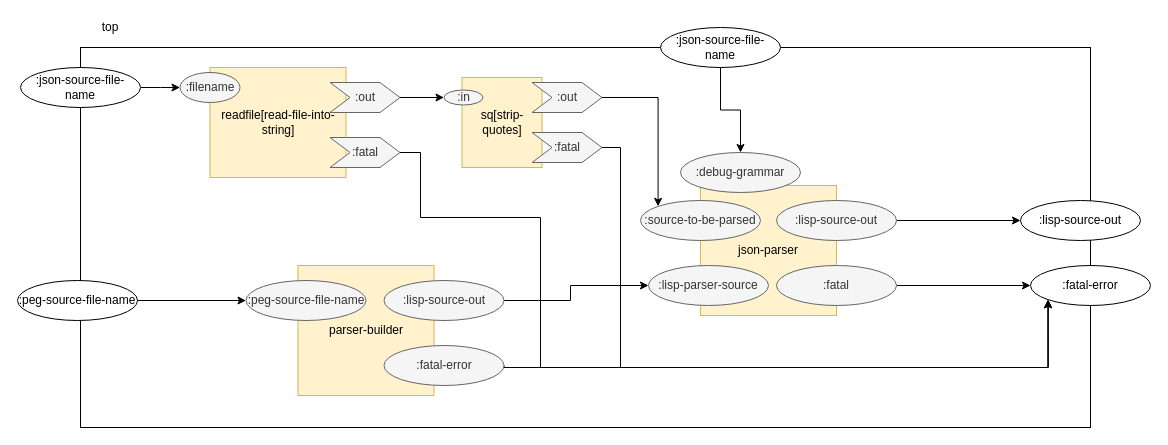
This is build_process/cl-build/json-parser.drawio from bmfbp/bmfbp, a draw.io file, before an edit. Source tidied: cells renumbered, new cells numbered last; positions are measured from the earlier drawing's top-left corner, leaving out a move shared by most shapes. Both pictures are drawn from the tidied source at 100%, with x=0, y=0 at pixel (17, 17).
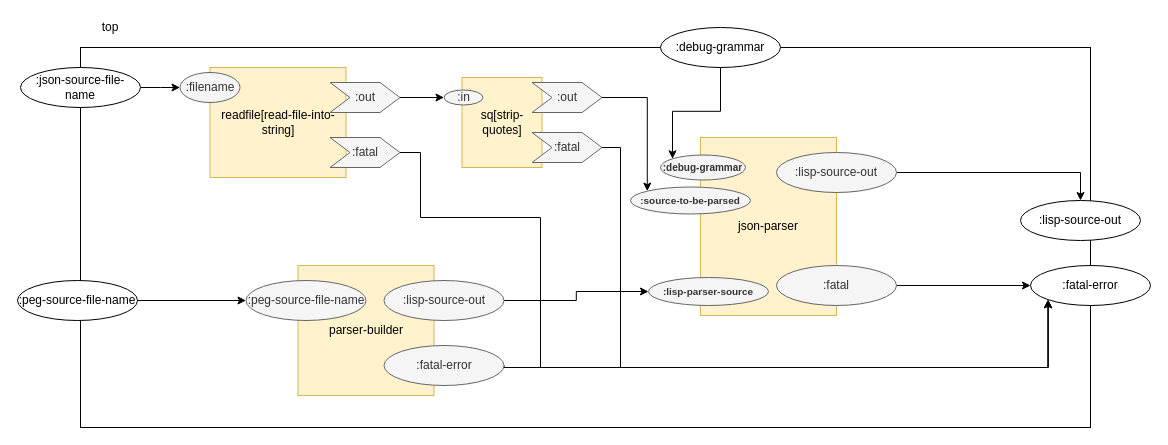
The same page after the edit.

Commit message (it also covers changes not shown here):
added :debug-grammar pin

Unchanged cells that the change refers to:
```xml
<mxCell id="6" value=":lisp-source-out" style="ellipse;whiteSpace=wrap;html=1;fillColor=#f5f5f5;strokeColor=#666666;fontColor=#333333;" parent="1" vertex="1">
  <mxGeometry x="366.5" y="263" width="120" height="40" as="geometry" />
</mxCell>
```

What changed in the source:
```diff
@@
-    <mxCell id="5" style="edgeStyle=orthogonalEdgeStyle;rounded=0;jettySize=auto;html=0;exitX=1;exitY=0.5;exitDx=0;exitDy=0;entryX=0;entryY=0.5;entryDx=0;entryDy=0;" parent="1" edge="1" source="6" target="14">
-      <mxGeometry relative="1" as="geometry">
-        <Array as="points">
-          <mxPoint x="553" y="283" />
-          <mxPoint x="553" y="268" />
-        </Array>
-      </mxGeometry>
+    <mxCell id="5" style="edgeStyle=orthogonalEdgeStyle;rounded=0;jettySize=auto;html=1;exitX=1;exitY=0.5;exitDx=0;exitDy=0;entryX=0;entryY=0.5;entryDx=0;entryDy=0;" parent="1" edge="1" source="6" target="14">
+      <mxGeometry relative="1" as="geometry" />
     </mxCell>
@@
     <mxCell id="13" value="json-parser" style="rounded=0;whiteSpace=wrap;html=1;fillColor=#fff2cc;strokeColor=#d6b656;" parent="1" vertex="1">
-      <mxGeometry x="683" y="168" width="136" height="130" as="geometry" />
+      <mxGeometry x="683" y="120" width="136" height="178" as="geometry" />
     </mxCell>
-    <mxCell id="14" value=":lisp-parser-source" style="ellipse;whiteSpace=wrap;html=1;fillColor=#f5f5f5;strokeColor=#666666;fontColor=#333333;" parent="1" vertex="1">
-      <mxGeometry x="631" y="248" width="120" height="40" as="geometry" />
+    <mxCell id="14" value="&lt;h5&gt;:lisp-parser-source&lt;/h5&gt;" style="ellipse;whiteSpace=wrap;html=1;fillColor=#f5f5f5;strokeColor=#666666;fontColor=#333333;" parent="1" vertex="1">
+      <mxGeometry x="631" y="260" width="120" height="28" as="geometry" />
     </mxCell>
-    <mxCell id="15" value=":source-to-be-parsed" style="ellipse;whiteSpace=wrap;html=1;fillColor=#f5f5f5;strokeColor=#666666;fontColor=#333333;" parent="1" vertex="1">
-      <mxGeometry x="623" y="183" width="120" height="40" as="geometry" />
+    <mxCell id="15" value="&lt;h5&gt;:source-to-be-parsed&lt;/h5&gt;" style="ellipse;whiteSpace=wrap;html=1;fillColor=#f5f5f5;strokeColor=#666666;fontColor=#333333;" parent="1" vertex="1">
+      <mxGeometry x="613" y="169.5" width="120" height="27" as="geometry" />
     </mxCell>
@@
     <mxCell id="20" value=":lisp-source-out" style="ellipse;whiteSpace=wrap;html=1;fillColor=#f5f5f5;strokeColor=#666666;fontColor=#333333;" parent="1" vertex="1">
-      <mxGeometry x="759" y="183" width="120" height="40" as="geometry" />
+      <mxGeometry x="759" y="135" width="120" height="40" as="geometry" />
     </mxCell>
@@
-    <mxCell id="35" value=":debug-grammar" style="ellipse;whiteSpace=wrap;html=1;fillColor=#f5f5f5;strokeColor=#666666;fontColor=#333333;" parent="1" vertex="1">
-      <mxGeometry x="663" y="135" width="120" height="40" as="geometry" />
+    <mxCell id="35" value="&lt;h6 style=&quot;font-size: 10px;&quot;&gt;:debug-grammar&lt;/h6&gt;" style="ellipse;whiteSpace=wrap;html=1;fillColor=#f5f5f5;strokeColor=#666666;fontColor=#333333;fontSize=10;fontStyle=0;" parent="1" vertex="1">
+      <mxGeometry x="643" y="137.5" width="85" height="25" as="geometry" />
     </mxCell>
-    <mxCell id="36" style="edgeStyle=orthogonalEdgeStyle;rounded=0;jettySize=auto;html=1;exitX=0.5;exitY=1;exitDx=0;exitDy=0;" parent="1" edge="1" source="37" target="35">
+    <mxCell id="36" style="edgeStyle=orthogonalEdgeStyle;rounded=0;jettySize=auto;html=1;exitX=0.5;exitY=1;exitDx=0;exitDy=0;entryX=0;entryY=0;entryDx=0;entryDy=0;" parent="1" edge="1" source="37" target="35">
       <mxGeometry relative="1" as="geometry" />
     </mxCell>
-    <mxCell id="37" value=":json-source-file-name" style="ellipse;whiteSpace=wrap;html=1;" parent="1" vertex="1">
+    <mxCell id="37" value=":debug-grammar" style="ellipse;whiteSpace=wrap;html=1;" parent="1" vertex="1">
       <mxGeometry x="643" y="10" width="120" height="40" as="geometry" />
     </mxCell>
```
